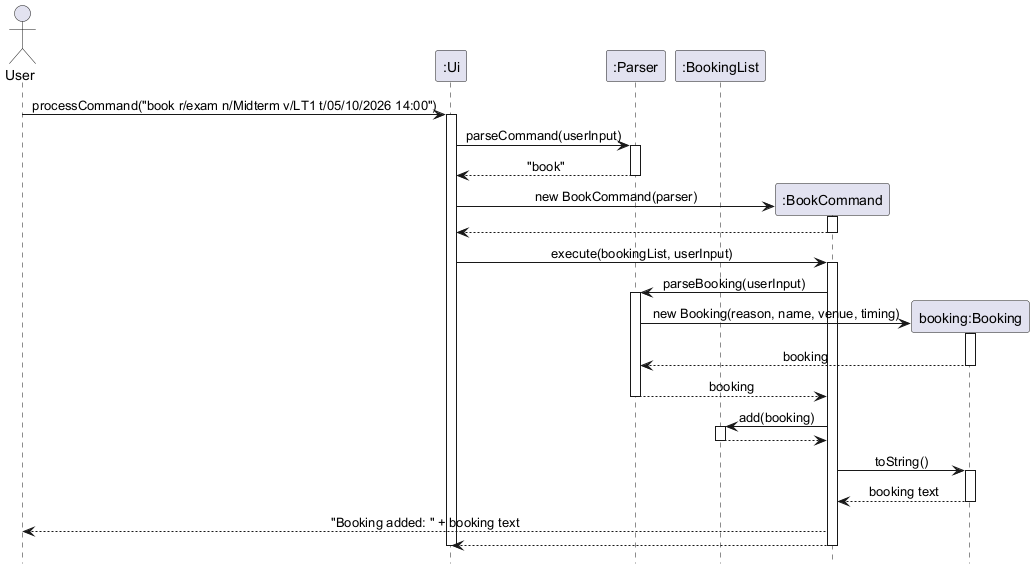
Earlier version of the PlantUML export docs/UMLDiagrams/BookingSequenceDiagram.png (AY2627S1-CS2113-W14-2/tp).
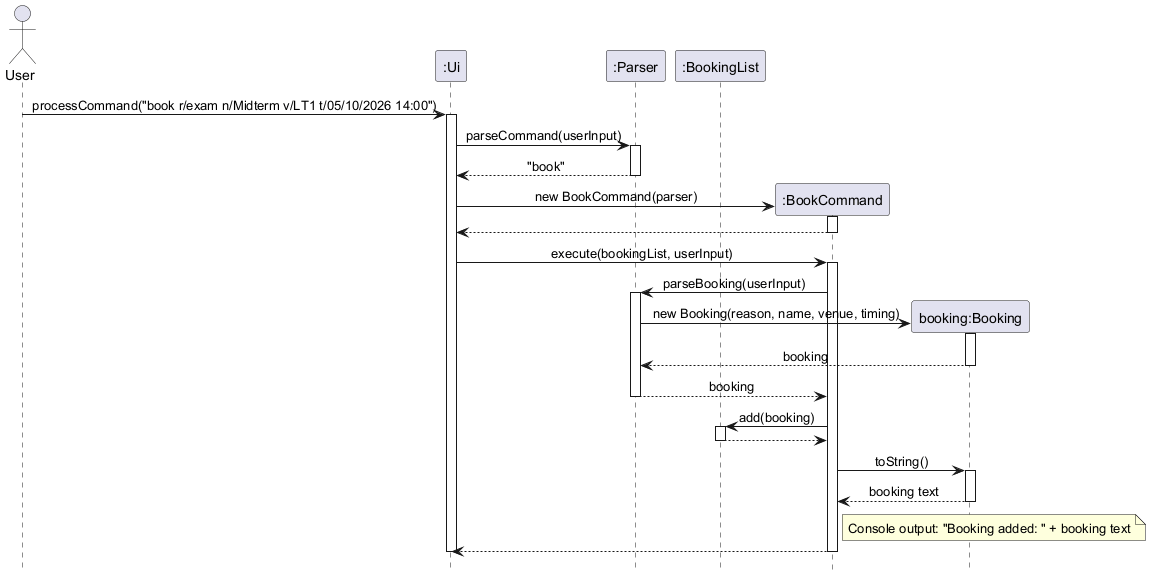
The same file after the commit.

Change to the diagram source:
```diff
@@ -43,7 +43,7 @@
 activate Booking
 Booking --> Book: booking text
 deactivate Booking
-Book --> User: "Booking added: " + booking text
+note right of Book: Console output: "Booking added: " + booking text
 Book --> UI
 deactivate Book
 
```
